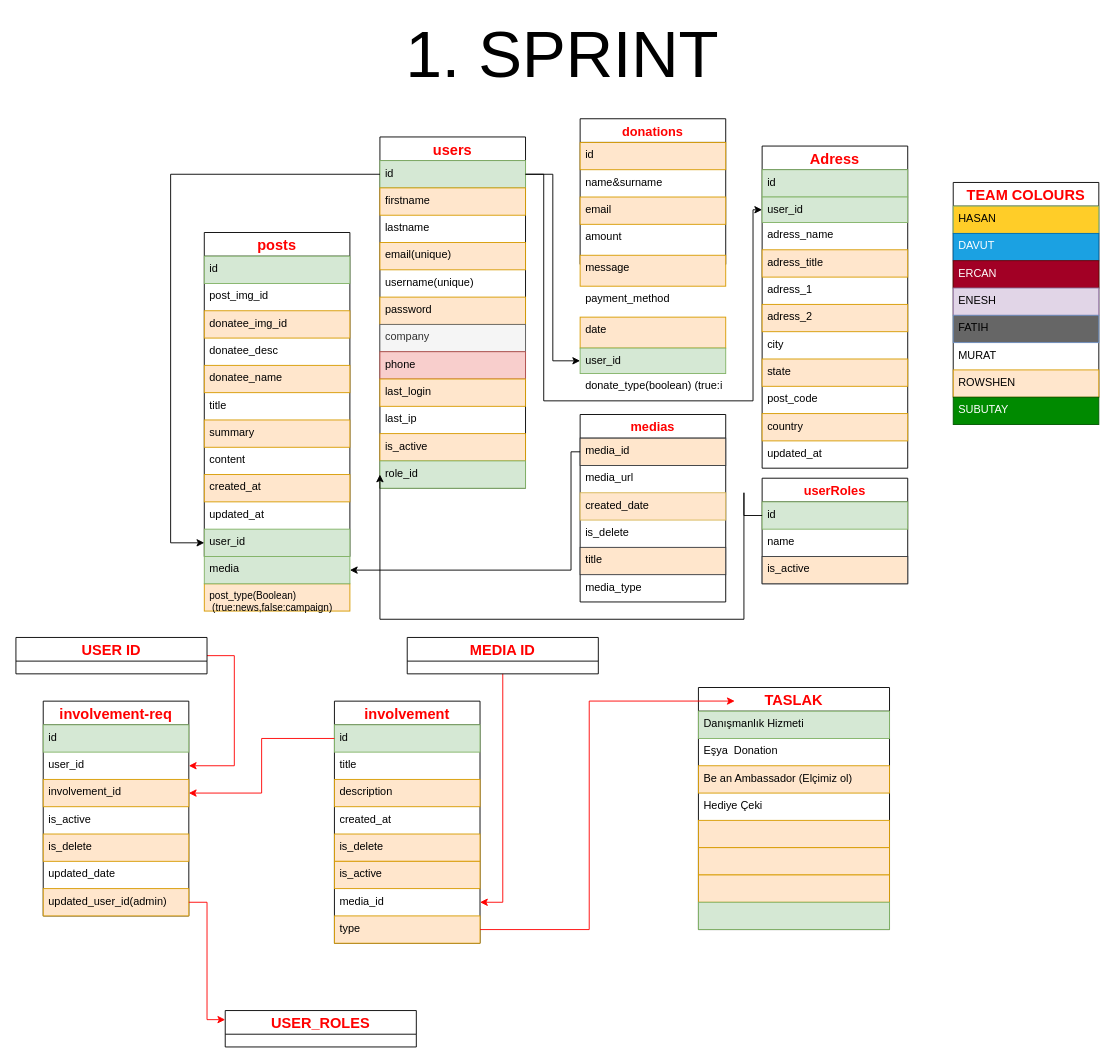
Before: page "Page-1" (1 of 2) of Tables.drawio in Hasankaca/Create_tables, a draw.io diagram. Source tidied: cells renumbered, new cells numbered last; positions are measured from the earlier drawing's top-left corner, leaving out a move shared by most shapes. Both pictures are drawn from the tidied source at 91%, with x=0, y=0 at pixel (15, 36).
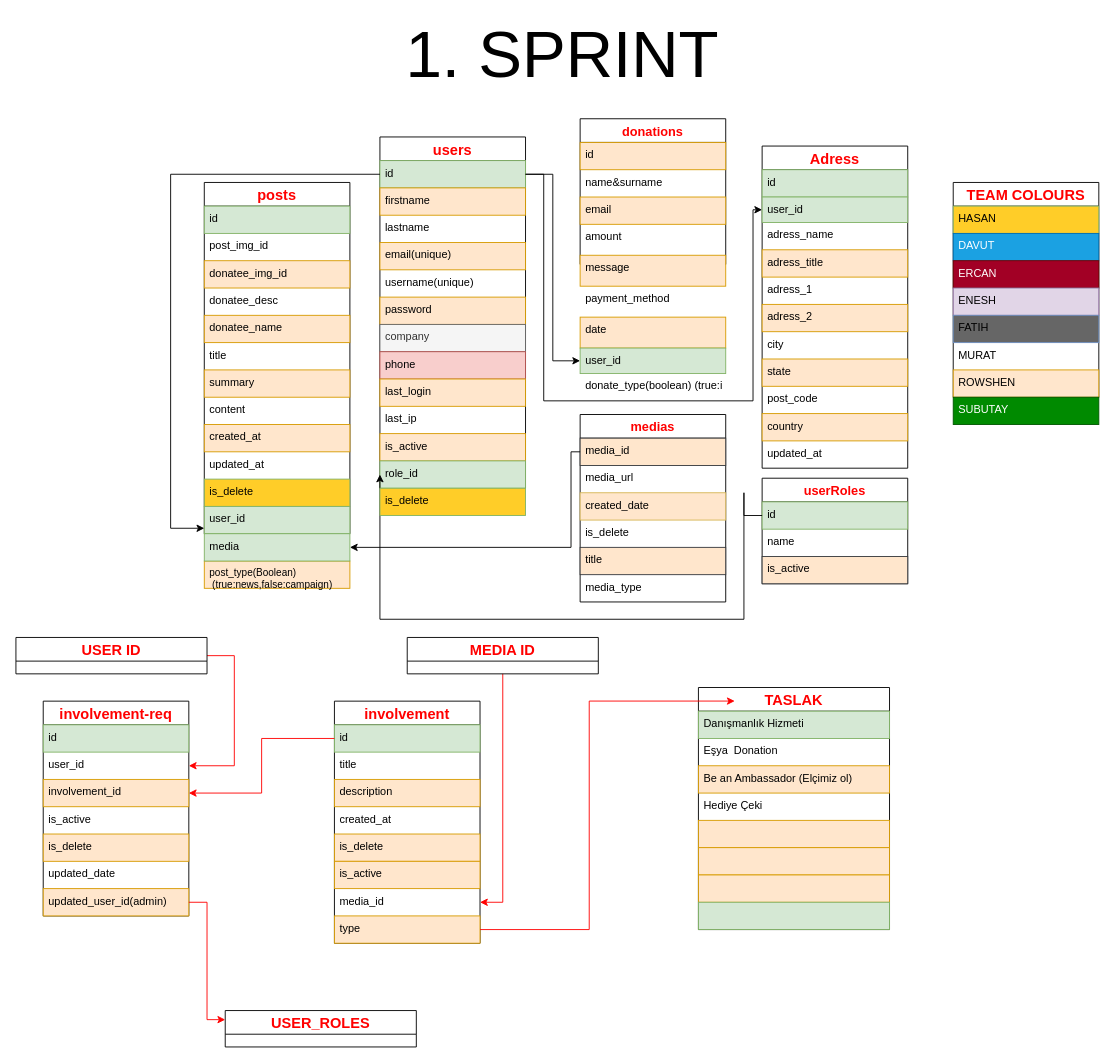
The same diagram, later.

Unchanged cells that the change refers to:
```xml
<mxCell id="4" value="id" style="text;strokeColor=#82b366;fillColor=#d5e8d4;spacingLeft=4;spacingRight=4;overflow=hidden;points=[[0,0.5],[1,0.5]];portConstraint=eastwest;fontSize=12;" parent="3" vertex="1">
  <mxGeometry y="26" width="160" height="30" as="geometry" />
</mxCell>
<mxCell id="37" value="media_id" style="text;strokeColor=#36393d;spacingLeft=4;spacingRight=4;overflow=hidden;points=[[0,0.5],[1,0.5]];portConstraint=eastwest;fontSize=12;fillColor=#FFE6CC;" parent="36" vertex="1">
  <mxGeometry y="26" width="160" height="30" as="geometry" />
</mxCell>
```

The edit, as a diff of the source:
```diff
@@
-    <mxCell id="16" value="posts" style="swimlane;fontStyle=1;horizontal=1;startSize=26;align=center;fontSize=16;fontColor=#FF0000;" parent="1" vertex="1">
-      <mxGeometry x="207" y="215" width="160" height="356" as="geometry" />
+    <mxCell id="16" value="posts" style="swimlane;fontStyle=1;horizontal=1;startSize=26;align=center;fontSize=16;fontColor=#FF0000;fillColor=#FFFFFF;" parent="1" vertex="1">
+      <mxGeometry x="207" y="160" width="160" height="386" as="geometry" />
     </mxCell>
@@
+    <mxCell id="111" value="is_delete" style="text;strokeColor=#82b366;spacingLeft=4;spacingRight=4;overflow=hidden;fontSize=12;fillColor=#FFCD28;" parent="16" vertex="1">
+      <mxGeometry y="326" width="160" height="30" as="geometry" />
+    </mxCell>
     <mxCell id="27" value="user_id" style="text;strokeColor=#82b366;fillColor=#d5e8d4;spacingLeft=4;spacingRight=4;overflow=hidden;points=[[0,0.5],[1,0.5]];portConstraint=eastwest;fontSize=12;" parent="16" vertex="1">
-      <mxGeometry y="326" width="160" height="30" as="geometry" />
+      <mxGeometry y="356" width="160" height="30" as="geometry" />
     </mxCell>
@@
     <mxCell id="70" value="post_type(Boolean)&#10; (true:news,false:campaign)" style="text;strokeColor=#d79b00;fillColor=#ffe6cc;spacingLeft=4;spacingRight=4;overflow=hidden;fontSize=11;" parent="1" vertex="1">
-      <mxGeometry x="207" y="601" width="160" height="30" as="geometry" />
+      <mxGeometry x="207" y="576" width="160" height="30" as="geometry" />
     </mxCell>
     <mxCell id="71" value="media" style="text;strokeColor=#82b366;fillColor=#d5e8d4;spacingLeft=4;spacingRight=4;overflow=hidden;points=[[0,0.5],[1,0.5]];portConstraint=eastwest;fontSize=12;" parent="1" vertex="1">
-      <mxGeometry x="207" y="571" width="160" height="30" as="geometry" />
+      <mxGeometry x="207" y="546" width="160" height="30" as="geometry" />
     </mxCell>
@@
     <mxCell id="73" style="edgeStyle=orthogonalEdgeStyle;rounded=0;jettySize=auto;html=1;" parent="1" edge="1" source="37" target="71">
       <mxGeometry relative="1" as="geometry">
         <Array as="points">
           <mxPoint x="610" y="456" />
-          <mxPoint x="610" y="586" />
+          <mxPoint x="610" y="561" />
         </Array>
       </mxGeometry>
     </mxCell>
@@
     <mxCell id="75" style="edgeStyle=orthogonalEdgeStyle;rounded=0;jettySize=auto;html=1;" parent="1" edge="1" source="4" target="27">
       <mxGeometry relative="1" as="geometry">
         <Array as="points">
           <mxPoint x="170" y="151" />
-          <mxPoint x="170" y="556" />
+          <mxPoint x="170" y="540" />
         </Array>
       </mxGeometry>
     </mxCell>
@@
+    <mxCell id="112" value="is_delete" style="text;strokeColor=#82b366;spacingLeft=4;spacingRight=4;overflow=hidden;fontSize=12;fillColor=#FFCD28;" parent="1" vertex="1">
+      <mxGeometry x="400" y="496" width="160" height="30" as="geometry" />
+    </mxCell>
```
